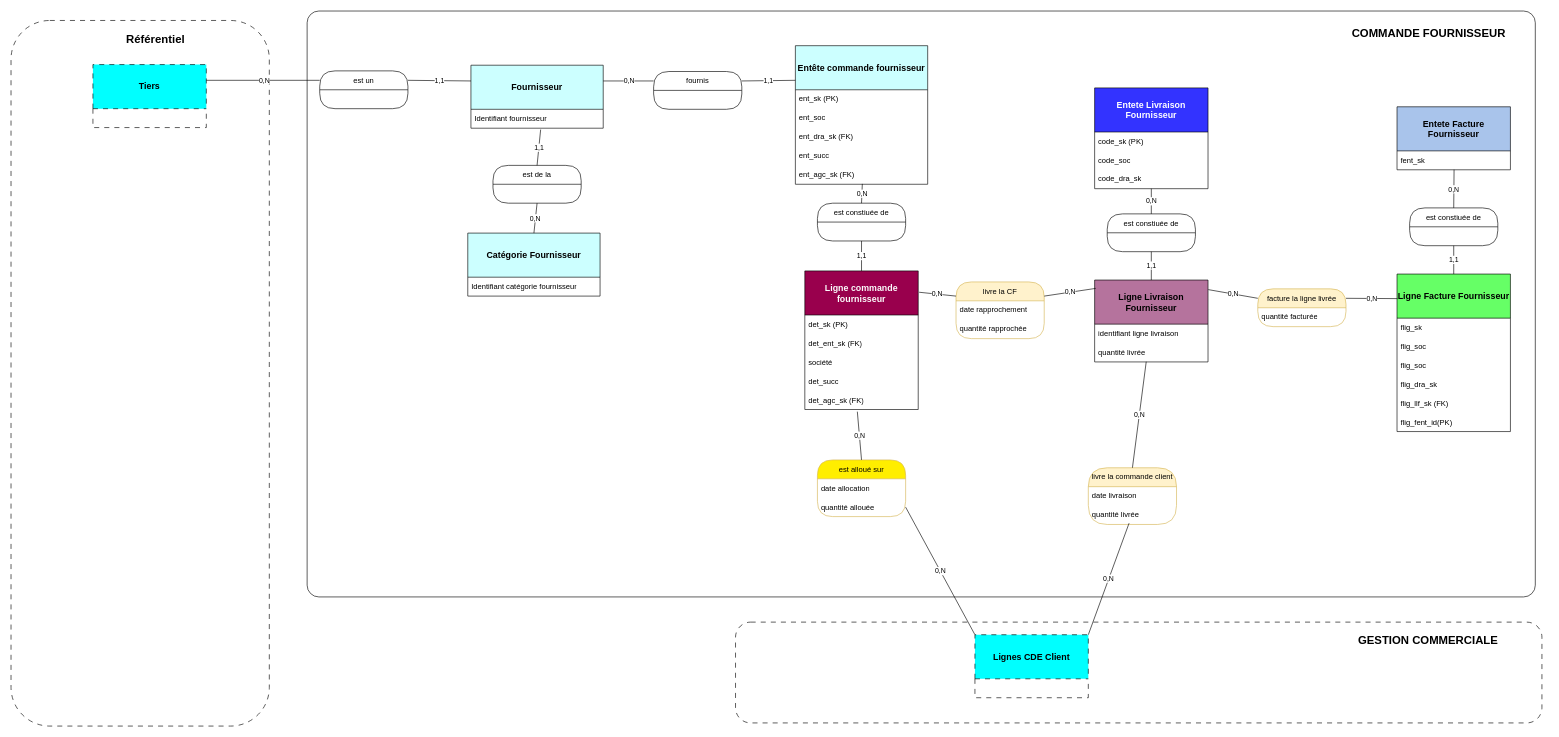
The draw.io diagram DWH achats.drawio in NicolasMoineNeemba/MCD, before the edit. Source tidied: cells renumbered, new cells numbered last; positions are measured from the earlier drawing's top-left corner, leaving out a move shared by most shapes. Both pictures are drawn from the tidied source at 63%, with x=0, y=0 at pixel (11, 11).
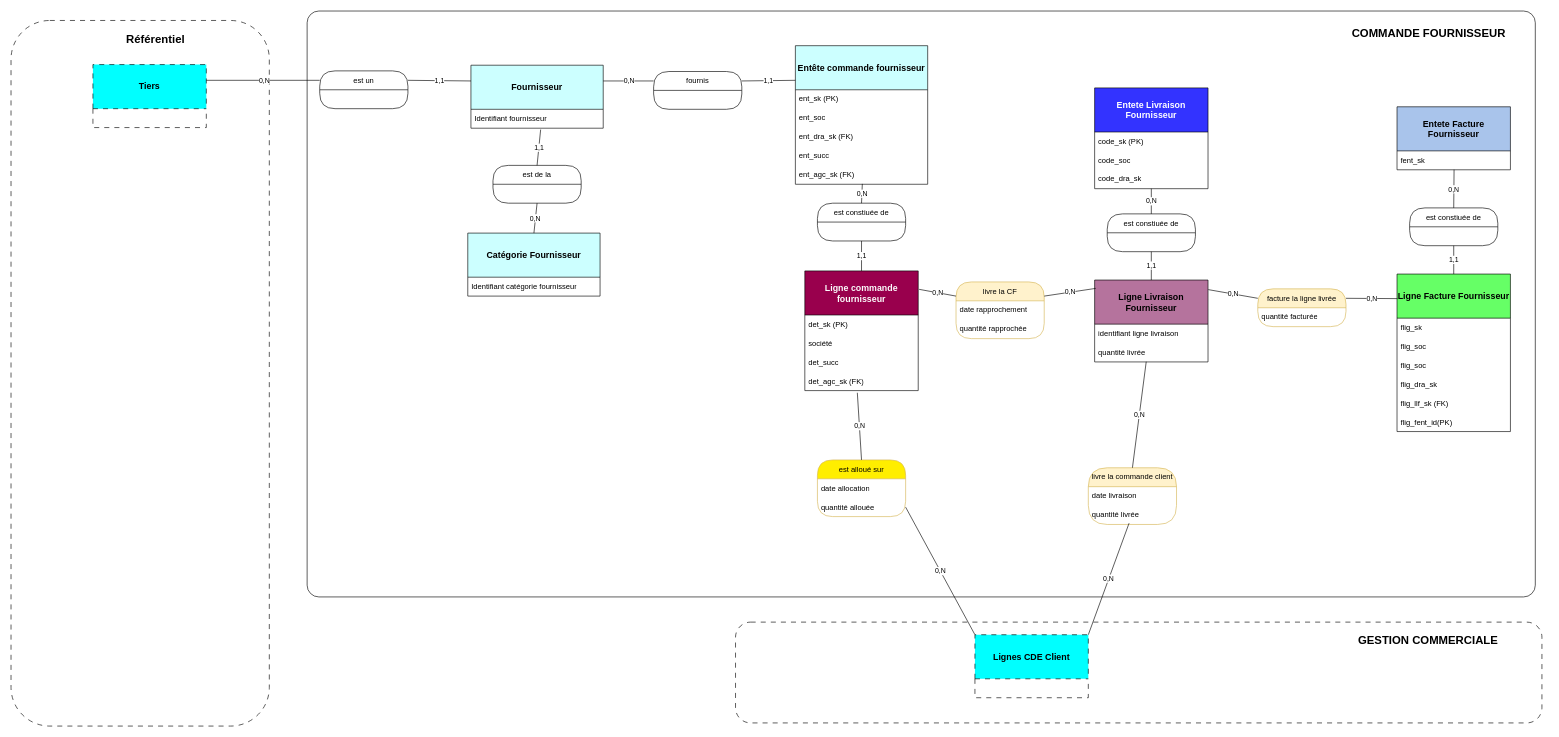
Above is the later version.

Commit message:
test appro pour CI/CD

What changed in the source:
```diff
@@
     <mxCell id="10" value="&lt;h3&gt;Ligne commande fournisseur&lt;/h3&gt;" style="swimlane;fontStyle=0;horizontal=1;startSize=70;whiteSpace=wrap;html=1;fillColor=#99004D;fontColor=light-dark(#fcfcfc, #ededed);" parent="1" vertex="1">
-      <mxGeometry x="1260" y="412.5" width="180" height="220" as="geometry" />
+      <mxGeometry x="1260" y="412.5" width="180" height="190" as="geometry" />
     </mxCell>
@@
-    <mxCell id="12" value="det_ent_sk (FK)" style="text;strokeColor=none;fillColor=none;align=left;verticalAlign=middle;spacingLeft=4;spacingRight=4;overflow=hidden;whiteSpace=wrap;html=1;" parent="10" vertex="1">
-      <mxGeometry y="100" width="180" height="30" as="geometry" />
-    </mxCell>
     <mxCell id="13" value="société" style="text;strokeColor=none;fillColor=none;align=left;verticalAlign=middle;spacingLeft=4;spacingRight=4;overflow=hidden;whiteSpace=wrap;html=1;" parent="10" vertex="1">
-      <mxGeometry y="130" width="180" height="30" as="geometry" />
+      <mxGeometry y="100" width="180" height="30" as="geometry" />
     </mxCell>
     <mxCell id="14" value="det_succ" style="text;strokeColor=none;fillColor=none;align=left;verticalAlign=middle;spacingLeft=4;spacingRight=4;overflow=hidden;whiteSpace=wrap;html=1;" parent="10" vertex="1">
-      <mxGeometry y="160" width="180" height="30" as="geometry" />
+      <mxGeometry y="130" width="180" height="30" as="geometry" />
     </mxCell>
     <mxCell id="15" value="det_agc_sk (FK)" style="text;strokeColor=none;fillColor=none;align=left;verticalAlign=middle;spacingLeft=4;spacingRight=4;overflow=hidden;points=[[0,0.5],[1,0.5]];portConstraint=eastwest;whiteSpace=wrap;html=1;" parent="10" vertex="1">
-      <mxGeometry y="190" width="180" height="30" as="geometry" />
+      <mxGeometry y="160" width="180" height="30" as="geometry" />
     </mxCell>
```
